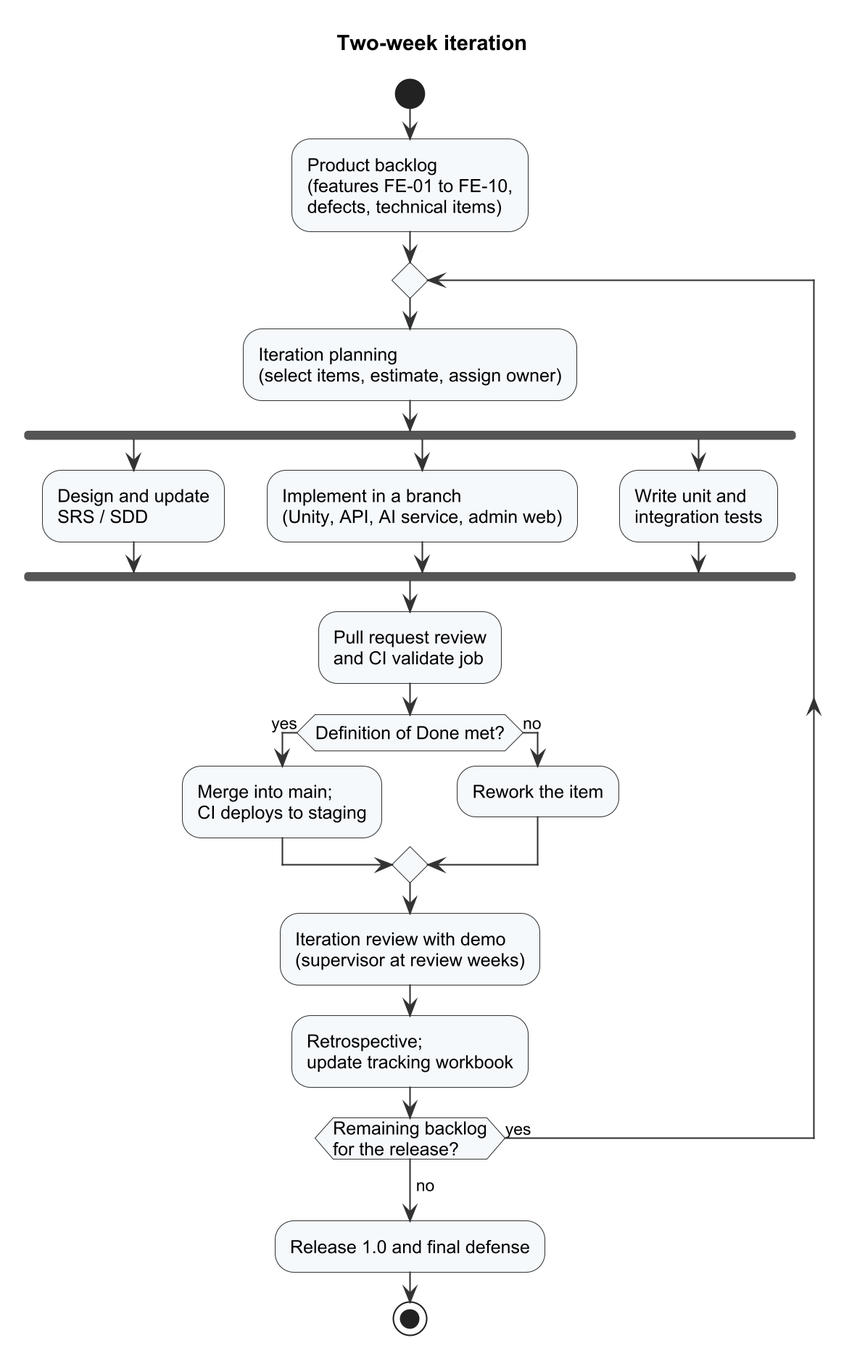
Earlier version of the PlantUML export Doc/Project_report/Report/diagrams/png/r2_process.png (Tad-Min/PickleVerse). Source of this version:
```plantuml
@startuml r2_process
!include _style.iuml
skinparam ActivityBackgroundColor #F5F9FC
title Two-week iteration
start
:Product backlog\n(features FE-01 to FE-10,\ndefects, technical items);
repeat
  :Iteration planning\n(select items, estimate, assign owner);
  fork
    :Design and update\nSRS / SDD;
  fork again
    :Implement in a branch\n(Unity, API, AI service, admin web);
  fork again
    :Write unit and\nintegration tests;
  end fork
  :Pull request review\nand CI validate job;
  if (Definition of Done met?) then (yes)
    :Merge into main;\nCI deploys to staging;
  else (no)
    :Rework the item;
  endif
  :Iteration review with demo\n(supervisor at review weeks);
  :Retrospective;\nupdate tracking workbook;
repeat while (Remaining backlog\nfor the release?) is (yes)
->no;
:Release 1.0 and final defense;
stop
@enduml
```
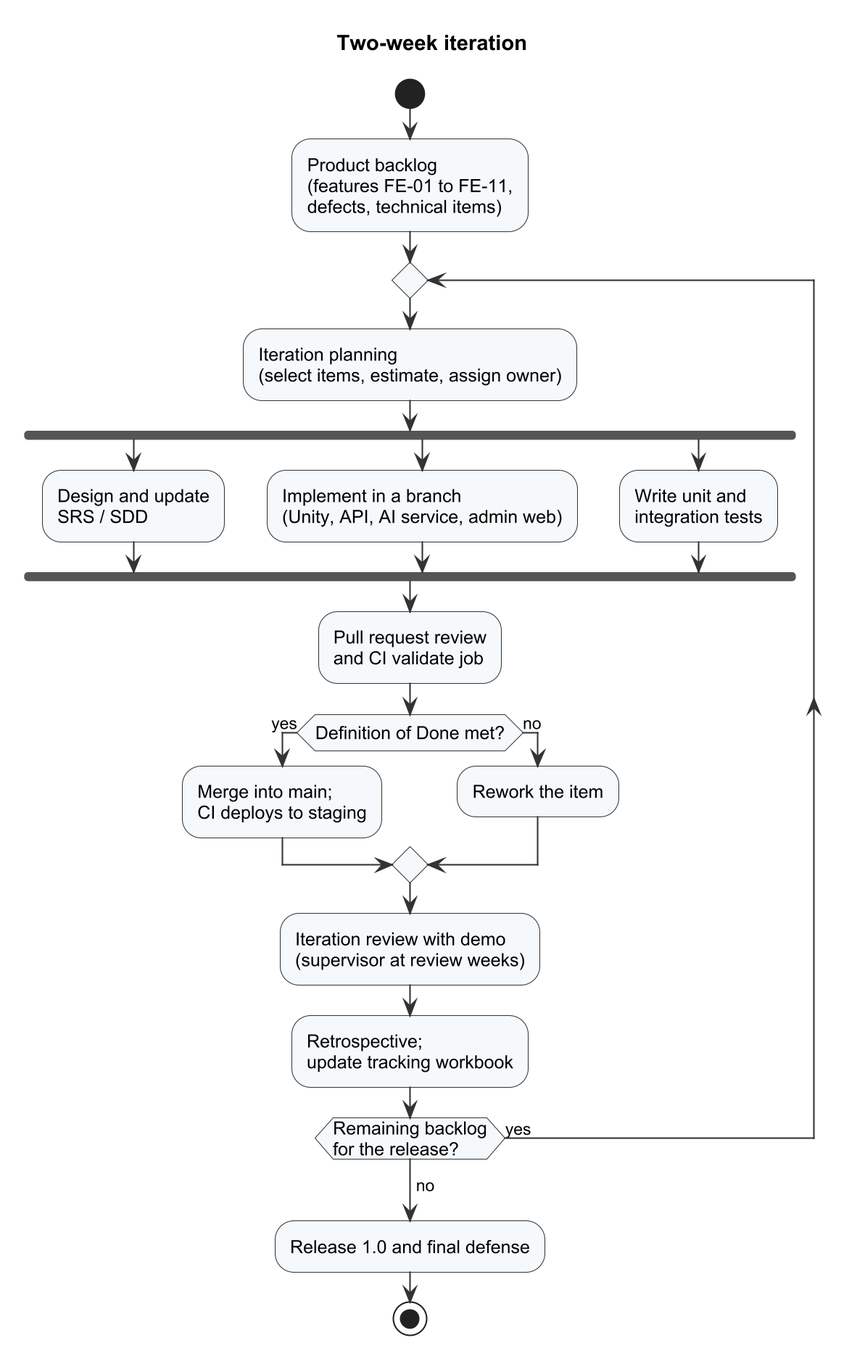
The same file after the commit.

Diff of the diagram source:
```diff
@@ -3,7 +3,7 @@
 skinparam ActivityBackgroundColor #F5F9FC
 title Two-week iteration
 start
-:Product backlog\n(features FE-01 to FE-10,\ndefects, technical items);
+:Product backlog\n(features FE-01 to FE-11,\ndefects, technical items);
 repeat
   :Iteration planning\n(select items, estimate, assign owner);
   fork
```
